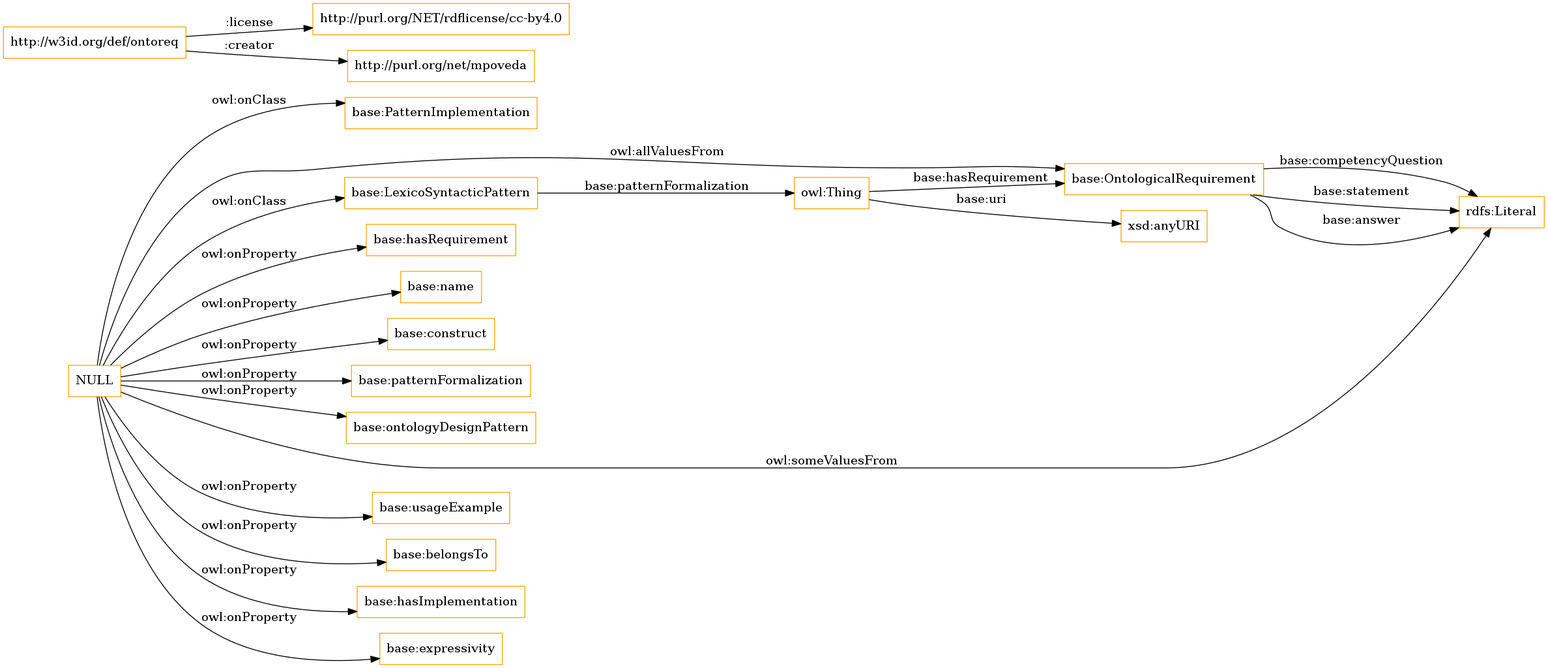
albaizq/ontoreq-ontology keeps this Graphviz diagram as OnToology/ontology/ontology.owl/diagrams/ar2dtool-class/ontology.owl.png. Above is the earlier version. Its source is kept beside it as OnToology/ontology/ontology.owl/diagrams/ar2dtool-class/ontology.owl.png.dot.
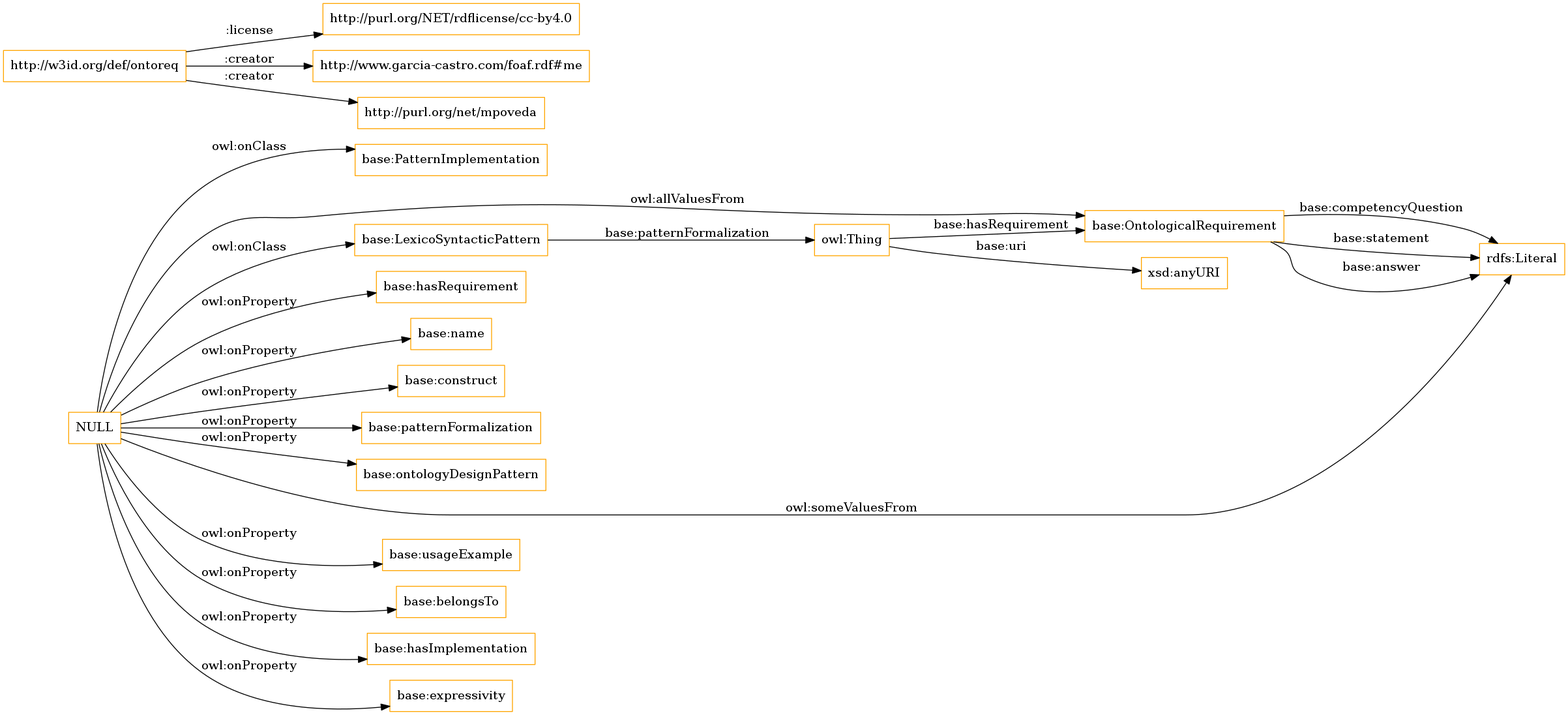
Later version of the same file.

The edit, as a diff of the source:
```diff
@@ -3,6 +3,7 @@
 size="1501"
 node [shape = rectangle, color="orange"]; "base:PatternImplementation" "base:OntologicalRequirement" "base:LexicoSyntacticPattern" ; /*classes style*/
 	"http://w3id.org/def/ontoreq" -> "http://purl.org/NET/rdflicense/cc-by4.0" [ label = ":license" ];
+	"http://w3id.org/def/ontoreq" -> "http://www.garcia-castro.com/foaf.rdf#me" [ label = ":creator" ];
 	"http://w3id.org/def/ontoreq" -> "http://purl.org/net/mpoveda" [ label = ":creator" ];
 	"NULL" -> "base:hasRequirement" [ label = "owl:onProperty" ];
 	"NULL" -> "base:name" [ label = "owl:onProperty" ];
```
